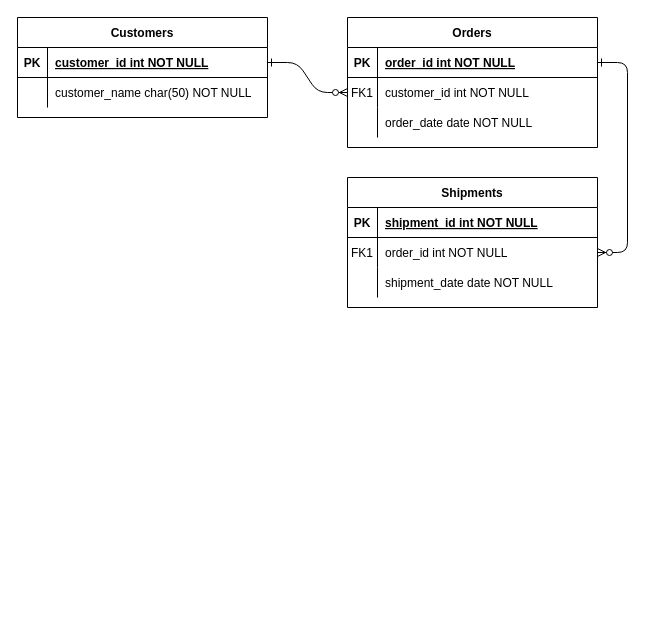
The draw.io diagram 未命名绘图.drawio in FengTianShi/Picture, before the edit. Source tidied: cells renumbered, new cells numbered last; positions are measured from the earlier drawing's top-left corner, leaving out a move shared by most shapes. Both pictures are drawn from the tidied source at 100%, with x=0, y=0 at pixel (17, 17).
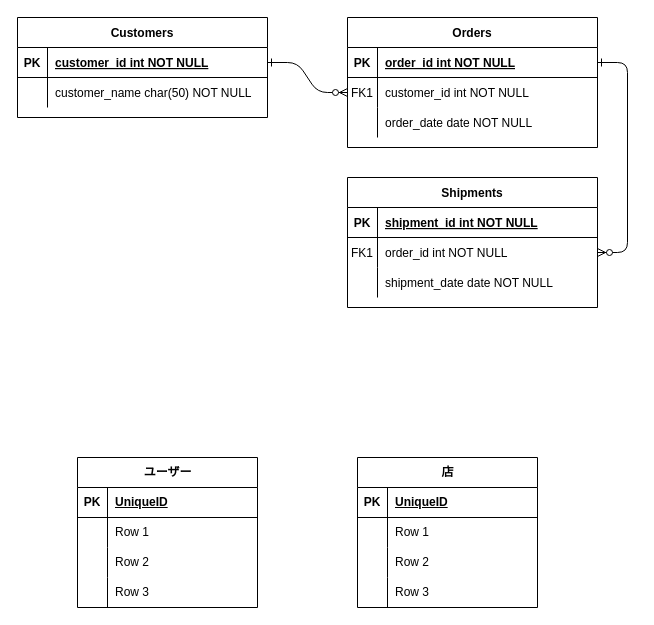
The same diagram, later.

Commit message:
更新未命名绘图.drawio

Change to the diagram source:
```diff
@@
+    <mxCell id="31" value="ユーザー" style="shape=table;startSize=30;childLayout=tableLayout;rowLines=0;fontStyle=1;align=center;html=1;" parent="1" vertex="1">
+      <mxGeometry x="60" y="440" width="180" height="150" as="geometry" />
+    </mxCell>
+    <mxCell id="32" style="shape=tableRow;horizontal=0;startSize=0;swimlaneHead=0;swimlaneBody=0;fillColor=none;top=0;left=0;right=0;bottom=1;" parent="31" vertex="1">
+      <mxGeometry y="30" width="180" height="30" as="geometry" />
+    </mxCell>
+    <mxCell id="33" value="PK" style="shape=partialRectangle;fillColor=none;top=0;left=0;bottom=0;right=0;fontStyle=1;overflow=hidden;whiteSpace=wrap;html=1;" parent="32" vertex="1">
+      <mxGeometry width="30" height="30" as="geometry" />
+    </mxCell>
+    <mxCell id="34" value="UniqueID" style="shape=partialRectangle;fillColor=none;top=0;left=0;bottom=0;right=0;align=left;spacingLeft=6;fontStyle=5;overflow=hidden;whiteSpace=wrap;html=1;" parent="32" vertex="1">
+      <mxGeometry x="30" width="150" height="30" as="geometry" />
+    </mxCell>
+    <mxCell id="35" style="shape=tableRow;horizontal=0;startSize=0;swimlaneHead=0;swimlaneBody=0;fillColor=none;top=0;left=0;right=0;bottom=0;" parent="31" vertex="1">
+      <mxGeometry y="60" width="180" height="30" as="geometry" />
+    </mxCell>
+    <mxCell id="36" style="shape=partialRectangle;fillColor=none;top=0;left=0;bottom=0;right=0;overflow=hidden;whiteSpace=wrap;html=1;" parent="35" vertex="1">
+      <mxGeometry width="30" height="30" as="geometry" />
+    </mxCell>
+    <mxCell id="37" value="Row 1" style="shape=partialRectangle;fillColor=none;top=0;left=0;bottom=0;right=0;align=left;spacingLeft=6;overflow=hidden;whiteSpace=wrap;html=1;" parent="35" vertex="1">
+      <mxGeometry x="30" width="150" height="30" as="geometry" />
+    </mxCell>
+    <mxCell id="38" style="shape=tableRow;horizontal=0;startSize=0;swimlaneHead=0;swimlaneBody=0;fillColor=none;top=0;left=0;right=0;bottom=0;" parent="31" vertex="1">
+      <mxGeometry y="90" width="180" height="30" as="geometry" />
+    </mxCell>
+    <mxCell id="39" style="shape=partialRectangle;fillColor=none;top=0;left=0;bottom=0;right=0;overflow=hidden;whiteSpace=wrap;html=1;" parent="38" vertex="1">
+      <mxGeometry width="30" height="30" as="geometry" />
+    </mxCell>
+    <mxCell id="40" value="Row 2" style="shape=partialRectangle;fillColor=none;top=0;left=0;bottom=0;right=0;align=left;spacingLeft=6;overflow=hidden;whiteSpace=wrap;html=1;" parent="38" vertex="1">
+      <mxGeometry x="30" width="150" height="30" as="geometry" />
+    </mxCell>
+    <mxCell id="41" style="shape=tableRow;horizontal=0;startSize=0;swimlaneHead=0;swimlaneBody=0;fillColor=none;top=0;left=0;right=0;bottom=0;" parent="31" vertex="1">
+      <mxGeometry y="120" width="180" height="30" as="geometry" />
+    </mxCell>
+    <mxCell id="42" style="shape=partialRectangle;fillColor=none;top=0;left=0;bottom=0;right=0;overflow=hidden;whiteSpace=wrap;html=1;" parent="41" vertex="1">
+      <mxGeometry width="30" height="30" as="geometry" />
+    </mxCell>
+    <mxCell id="43" value="Row 3" style="shape=partialRectangle;fillColor=none;top=0;left=0;bottom=0;right=0;align=left;spacingLeft=6;overflow=hidden;whiteSpace=wrap;html=1;" parent="41" vertex="1">
+      <mxGeometry x="30" width="150" height="30" as="geometry" />
+    </mxCell>
+    <mxCell id="44" value="店" style="shape=table;startSize=30;childLayout=tableLayout;rowLines=0;fontStyle=1;align=center;html=1;" parent="1" vertex="1">
+      <mxGeometry x="340" y="440" width="180" height="150" as="geometry" />
+    </mxCell>
+    <mxCell id="45" style="shape=tableRow;horizontal=0;startSize=0;swimlaneHead=0;swimlaneBody=0;fillColor=none;top=0;left=0;right=0;bottom=1;" parent="44" vertex="1">
+      <mxGeometry y="30" width="180" height="30" as="geometry" />
+    </mxCell>
+    <mxCell id="46" value="PK" style="shape=partialRectangle;fillColor=none;top=0;left=0;bottom=0;right=0;fontStyle=1;overflow=hidden;whiteSpace=wrap;html=1;" parent="45" vertex="1">
+      <mxGeometry width="30" height="30" as="geometry" />
+    </mxCell>
+    <mxCell id="47" value="UniqueID" style="shape=partialRectangle;fillColor=none;top=0;left=0;bottom=0;right=0;align=left;spacingLeft=6;fontStyle=5;overflow=hidden;whiteSpace=wrap;html=1;" parent="45" vertex="1">
+      <mxGeometry x="30" width="150" height="30" as="geometry" />
+    </mxCell>
+    <mxCell id="48" style="shape=tableRow;horizontal=0;startSize=0;swimlaneHead=0;swimlaneBody=0;fillColor=none;top=0;left=0;right=0;bottom=0;" parent="44" vertex="1">
+      <mxGeometry y="60" width="180" height="30" as="geometry" />
+    </mxCell>
+    <mxCell id="49" style="shape=partialRectangle;fillColor=none;top=0;left=0;bottom=0;right=0;overflow=hidden;whiteSpace=wrap;html=1;" parent="48" vertex="1">
+      <mxGeometry width="30" height="30" as="geometry" />
+    </mxCell>
+    <mxCell id="50" value="Row 1" style="shape=partialRectangle;fillColor=none;top=0;left=0;bottom=0;right=0;align=left;spacingLeft=6;overflow=hidden;whiteSpace=wrap;html=1;" parent="48" vertex="1">
+      <mxGeometry x="30" width="150" height="30" as="geometry" />
+    </mxCell>
+    <mxCell id="51" style="shape=tableRow;horizontal=0;startSize=0;swimlaneHead=0;swimlaneBody=0;fillColor=none;top=0;left=0;right=0;bottom=0;" parent="44" vertex="1">
+      <mxGeometry y="90" width="180" height="30" as="geometry" />
+    </mxCell>
+    <mxCell id="52" style="shape=partialRectangle;fillColor=none;top=0;left=0;bottom=0;right=0;overflow=hidden;whiteSpace=wrap;html=1;" parent="51" vertex="1">
+      <mxGeometry width="30" height="30" as="geometry" />
+    </mxCell>
+    <mxCell id="53" value="Row 2" style="shape=partialRectangle;fillColor=none;top=0;left=0;bottom=0;right=0;align=left;spacingLeft=6;overflow=hidden;whiteSpace=wrap;html=1;" parent="51" vertex="1">
+      <mxGeometry x="30" width="150" height="30" as="geometry" />
+    </mxCell>
+    <mxCell id="54" style="shape=tableRow;horizontal=0;startSize=0;swimlaneHead=0;swimlaneBody=0;fillColor=none;top=0;left=0;right=0;bottom=0;" parent="44" vertex="1">
+      <mxGeometry y="120" width="180" height="30" as="geometry" />
+    </mxCell>
+    <mxCell id="55" style="shape=partialRectangle;fillColor=none;top=0;left=0;bottom=0;right=0;overflow=hidden;whiteSpace=wrap;html=1;" parent="54" vertex="1">
+      <mxGeometry width="30" height="30" as="geometry" />
+    </mxCell>
+    <mxCell id="56" value="Row 3" style="shape=partialRectangle;fillColor=none;top=0;left=0;bottom=0;right=0;align=left;spacingLeft=6;overflow=hidden;whiteSpace=wrap;html=1;" parent="54" vertex="1">
+      <mxGeometry x="30" width="150" height="30" as="geometry" />
+    </mxCell>
```
